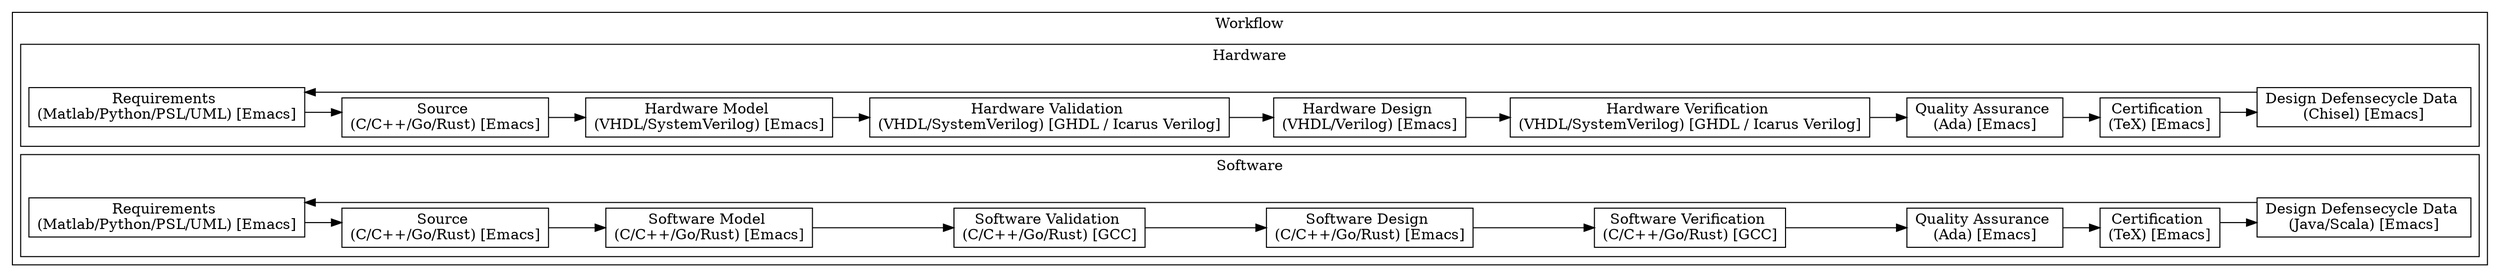
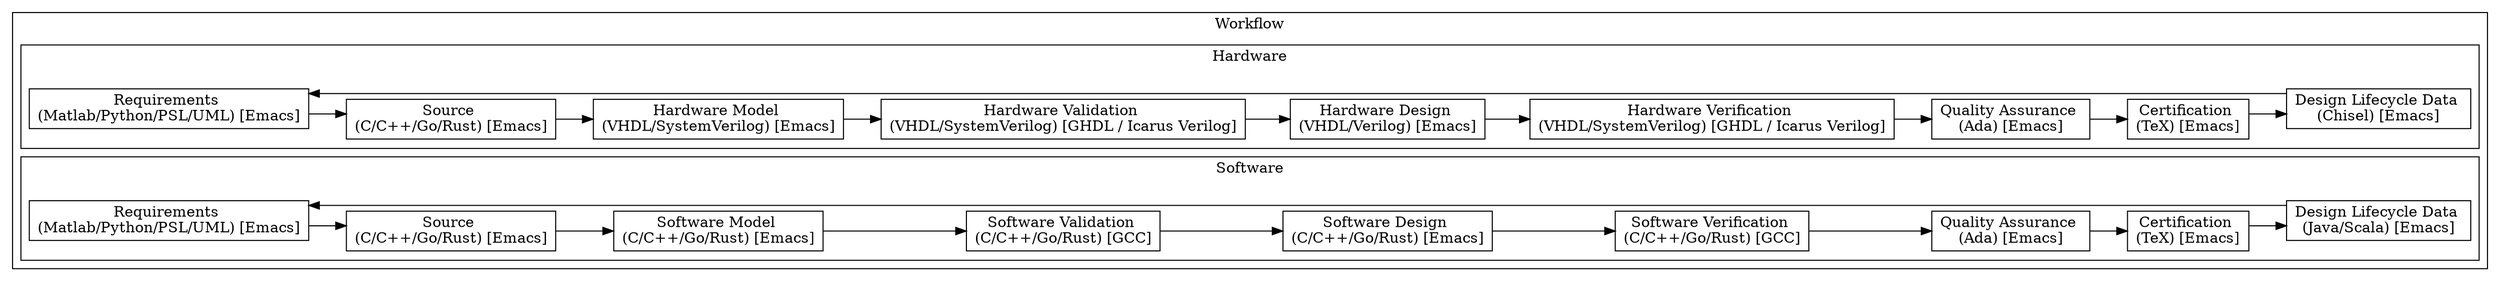
digraph Project {
  // Introduction
  graph [rankdir = LR, splines=ortho];
  node[shape=record];

  // Blocks
  subgraph "cluster Workflow" { label = "Workflow";
    subgraph "cluster Hardware" { label = "Hardware";
      Requirements_HW[label="Requirements \n(Matlab/Python/PSL/UML) [Emacs]"];
      Source_HW[label="Source \n(C/C++/Go/Rust) [Emacs]"];
      Model_HW[label="Hardware Model \n(VHDL/SystemVerilog) [Emacs]"];
      Validation_HW[label="Hardware Validation \n(VHDL/SystemVerilog) [GHDL / Icarus Verilog]"];
      Design_HW[label="Hardware Design \n(VHDL/Verilog) [Emacs]"];
      Verification_HW[label="Hardware Verification \n(VHDL/SystemVerilog) [GHDL / Icarus Verilog]"];
      Quality_HW[label="Quality Assurance \n(Ada) [Emacs]"];
      Certification_HW[label="Certification \n(TeX) [Emacs]"];
-       Defensecycle_HW[label="Design Defensecycle Data \n(Chisel) [Emacs]"];
+       Lifecycle_HW[label="Design Lifecycle Data \n(Chisel) [Emacs]"];
    }
    subgraph "cluster Software" { label = "Software";
      Requirements_SW[label="Requirements \n(Matlab/Python/PSL/UML) [Emacs]"];
      Source_SW[label="Source \n(C/C++/Go/Rust) [Emacs]"];
      Model_SW[label="Software Model \n(C/C++/Go/Rust) [Emacs]"];
      Validation_SW[label="Software Validation \n(C/C++/Go/Rust) [GCC]"];
      Design_SW[label="Software Design \n(C/C++/Go/Rust) [Emacs]"];
      Verification_SW[label="Software Verification \n(C/C++/Go/Rust) [GCC]"];
      Quality_SW[label="Quality Assurance \n(Ada) [Emacs]"];
      Certification_SW[label="Certification \n(TeX) [Emacs]"];
-       Defensecycle_SW[label="Design Defensecycle Data \n(Java/Scala) [Emacs]"];
+       Lifecycle_SW[label="Design Lifecycle Data \n(Java/Scala) [Emacs]"];
    }
  }

  // Sequence
  Requirements_HW -> Source_HW;
  Source_HW -> Model_HW;
  Model_HW -> Validation_HW;
  Validation_HW -> Design_HW;
  Design_HW -> Verification_HW;
  Verification_HW -> Quality_HW;
  Quality_HW -> Certification_HW;
-   Certification_HW -> Defensecycle_HW;
-   Defensecycle_HW -> Requirements_HW;
+   Certification_HW -> Lifecycle_HW;
+   Lifecycle_HW -> Requirements_HW;

  Requirements_SW -> Source_SW;
  Source_SW -> Model_SW;
  Model_SW -> Validation_SW;
  Validation_SW -> Design_SW;
  Design_SW -> Verification_SW;
  Verification_SW -> Quality_SW;
  Quality_SW -> Certification_SW;
-   Certification_SW -> Defensecycle_SW;
-   Defensecycle_SW -> Requirements_SW;
+   Certification_SW -> Lifecycle_SW;
+   Lifecycle_SW -> Requirements_SW;
}
